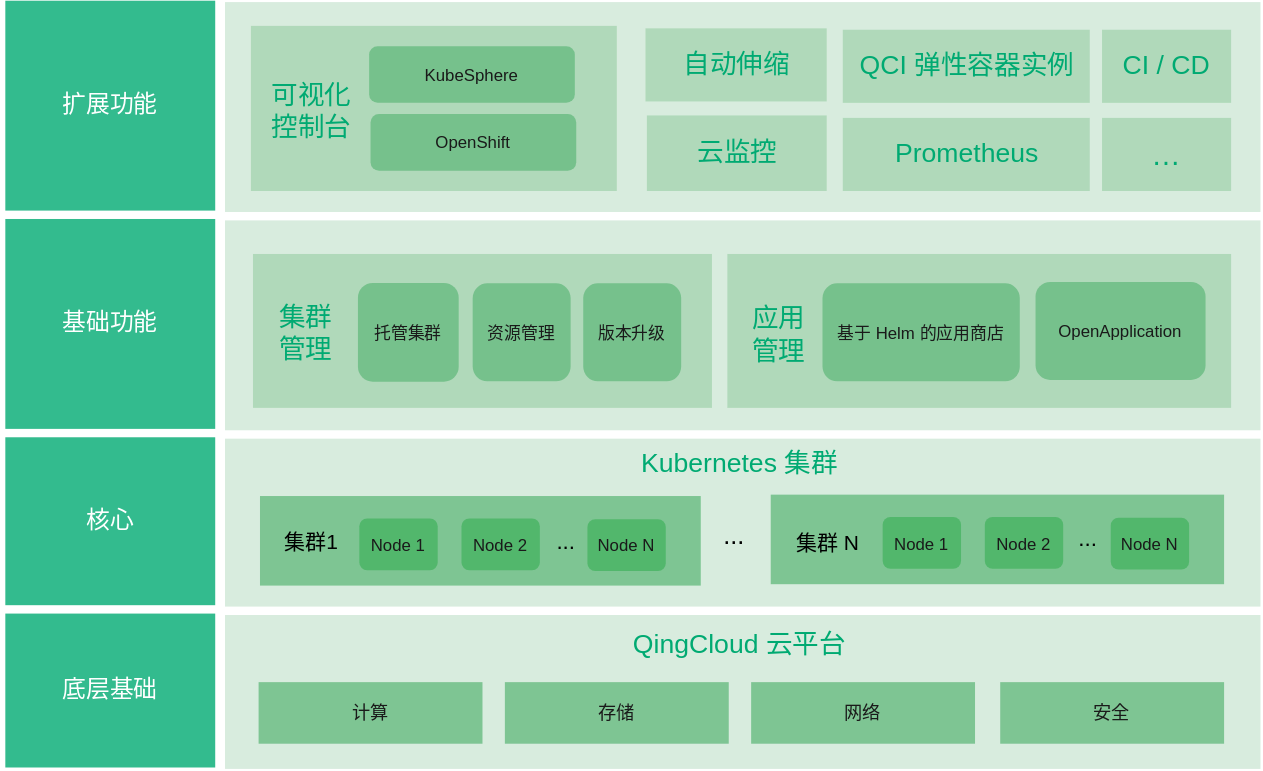
Above: content/container/qke_plus/_images/qke_structure.svg in yunify/qingcloud-docs (draw.io), before the change. Source tidied: cells renumbered, new cells last; positions are measured from the earlier drawing's top-left corner, leaving out a move shared by most shapes. The source it was exported from:
```xml
<mxGraphModel background="#ffffff">
  <root>
    <mxCell id="0" />
    <mxCell id="1" parent="0" />
    <mxCell id="2" style="group;" parent="1" vertex="1">
      <mxGeometry width="900" height="549" as="geometry" />
    </mxCell>
    <mxCell id="3" value="&lt;font style=&quot;font-size: 17px&quot;&gt;底层基础&lt;/font&gt;" style="text;html=1;strokeColor=none;fillColor=#00AA72;align=center;verticalAlign=middle;whiteSpace=wrap;rounded=0;dashed=1;fontSize=13;fontColor=#ffffff;opacity=80;" parent="2" vertex="1">
      <mxGeometry x="3" y="438" width="150" height="110" as="geometry" />
    </mxCell>
    <mxCell id="4" value="&lt;font style=&quot;font-size: 17px&quot;&gt;核心&lt;/font&gt;" style="text;html=1;strokeColor=none;fillColor=#00AA72;align=center;verticalAlign=middle;whiteSpace=wrap;rounded=0;dashed=1;fontSize=13;fontColor=#ffffff;opacity=80;" parent="2" vertex="1">
      <mxGeometry x="3" y="312" width="150" height="120" as="geometry" />
    </mxCell>
    <mxCell id="5" value="&lt;font style=&quot;font-size: 17px&quot;&gt;扩展功能&lt;/font&gt;" style="text;html=1;strokeColor=none;fillColor=#00AA72;align=center;verticalAlign=middle;whiteSpace=wrap;rounded=0;dashed=1;fontSize=13;fontColor=#ffffff;opacity=80;" parent="2" vertex="1">
      <mxGeometry x="3" width="150" height="150" as="geometry" />
    </mxCell>
    <mxCell id="6" style="group;" parent="2" vertex="1">
      <mxGeometry x="160" y="439" width="740" height="110" as="geometry" />
    </mxCell>
    <mxCell id="7" style="rounded=0;whiteSpace=wrap;html=1;fillColor=#D8ECDE;strokeColor=none;strokeWidth=2;" parent="6" vertex="1">
      <mxGeometry width="740" height="110" as="geometry" />
    </mxCell>
    <mxCell id="8" value="&lt;font color=&quot;#1a1a1a&quot;&gt;计算&lt;/font&gt;" style="text;html=1;strokeColor=none;fillColor=#68BC81;align=center;verticalAlign=middle;whiteSpace=wrap;rounded=0;dashed=1;fontSize=13;fontColor=#ffffff;opacity=80;" parent="6" vertex="1">
      <mxGeometry x="24" y="48" width="160" height="44" as="geometry" />
    </mxCell>
    <mxCell id="9" value="&lt;font color=&quot;#1a1a1a&quot;&gt;存储&lt;/font&gt;" style="text;html=1;strokeColor=none;fillColor=#68BC81;align=center;verticalAlign=middle;whiteSpace=wrap;rounded=0;dashed=1;fontSize=13;fontColor=#ffffff;opacity=80;" parent="6" vertex="1">
      <mxGeometry x="200" y="48" width="160" height="44" as="geometry" />
    </mxCell>
    <mxCell id="10" value="&lt;font color=&quot;#1a1a1a&quot;&gt;网络&lt;/font&gt;" style="text;html=1;strokeColor=none;fillColor=#68BC81;align=center;verticalAlign=middle;whiteSpace=wrap;rounded=0;dashed=1;fontSize=13;fontColor=#ffffff;opacity=80;" parent="6" vertex="1">
      <mxGeometry x="376" y="48" width="160" height="44" as="geometry" />
    </mxCell>
    <mxCell id="11" value="&lt;font color=&quot;#1a1a1a&quot;&gt;安全&lt;/font&gt;" style="text;html=1;strokeColor=none;fillColor=#68BC81;align=center;verticalAlign=middle;whiteSpace=wrap;rounded=0;dashed=1;fontSize=13;fontColor=#ffffff;opacity=80;" parent="6" vertex="1">
      <mxGeometry x="554" y="48" width="160" height="44" as="geometry" />
    </mxCell>
    <mxCell id="12" value="&lt;div style=&quot;font-size: 19px;&quot;&gt;QingCloud 云平台&lt;/div&gt;" style="text;html=1;strokeColor=none;fillColor=none;align=center;verticalAlign=middle;whiteSpace=wrap;rounded=0;fontColor=#00AA72;opacity=80;strokeWidth=6;fontSize=19;" parent="6" vertex="1">
      <mxGeometry x="270.2" y="7" width="196" height="30" as="geometry" />
    </mxCell>
    <mxCell id="13" style="group;" parent="2" vertex="1">
      <mxGeometry x="160" y="313" width="740" height="120" as="geometry" />
    </mxCell>
    <mxCell id="14" style="rounded=0;whiteSpace=wrap;html=1;fillColor=#D8ECDE;strokeColor=none;strokeWidth=2;" parent="13" vertex="1">
      <mxGeometry width="740" height="120" as="geometry" />
    </mxCell>
    <mxCell id="15" value="&lt;div style=&quot;font-size: 19px;&quot;&gt;Kubernetes 集群&lt;/div&gt;" style="text;html=1;strokeColor=none;fillColor=none;align=center;verticalAlign=middle;whiteSpace=wrap;rounded=0;fontColor=#00AA72;opacity=80;strokeWidth=6;fontSize=19;" parent="13" vertex="1">
      <mxGeometry x="270.2" y="3" width="196" height="30" as="geometry" />
    </mxCell>
    <mxCell id="16" style="text;html=1;strokeColor=none;fillColor=#68BC81;align=center;verticalAlign=middle;whiteSpace=wrap;rounded=0;dashed=1;fontSize=13;fontColor=#ffffff;opacity=80;" parent="13" vertex="1">
      <mxGeometry x="25" y="41" width="315" height="64" as="geometry" />
    </mxCell>
    <mxCell id="17" value="..." style="text;html=1;strokeColor=none;fillColor=none;align=center;verticalAlign=middle;whiteSpace=wrap;rounded=0;dashed=1;fontSize=16;" parent="13" vertex="1">
      <mxGeometry x="217" y="57.5" width="54" height="30" as="geometry" />
    </mxCell>
    <mxCell id="18" value="&lt;font color=&quot;#1a1a1a&quot; style=&quot;font-size: 12px&quot;&gt;Node 1&lt;/font&gt;" style="text;html=1;strokeColor=none;fillColor=#41B25C;align=center;verticalAlign=middle;whiteSpace=wrap;rounded=1;dashed=1;fontSize=13;fontColor=#ffffff;opacity=70;" parent="13" vertex="1">
      <mxGeometry x="96" y="57" width="56" height="37" as="geometry" />
    </mxCell>
    <mxCell id="19" value="&lt;font style=&quot;font-size: 15px&quot;&gt;集群1&lt;/font&gt;" style="text;html=1;strokeColor=none;fillColor=none;align=center;verticalAlign=middle;whiteSpace=wrap;rounded=0;dashed=1;fontSize=13;" parent="13" vertex="1">
      <mxGeometry x="19" y="58" width="86" height="30" as="geometry" />
    </mxCell>
    <mxCell id="20" value="&lt;font color=&quot;#1a1a1a&quot; style=&quot;font-size: 12px&quot;&gt;Node 2&lt;/font&gt;" style="text;html=1;strokeColor=none;fillColor=#41B25C;align=center;verticalAlign=middle;whiteSpace=wrap;rounded=1;dashed=1;fontSize=13;fontColor=#ffffff;opacity=70;" parent="13" vertex="1">
      <mxGeometry x="169" y="57" width="56" height="37" as="geometry" />
    </mxCell>
    <mxCell id="21" value="&lt;font color=&quot;#1a1a1a&quot; style=&quot;font-size: 12px&quot;&gt;Node N&lt;/font&gt;" style="text;html=1;strokeColor=none;fillColor=#41B25C;align=center;verticalAlign=middle;whiteSpace=wrap;rounded=1;dashed=1;fontSize=13;fontColor=#ffffff;opacity=70;" parent="13" vertex="1">
      <mxGeometry x="259" y="57.5" width="56" height="37" as="geometry" />
    </mxCell>
    <mxCell id="22" style="text;html=1;strokeColor=none;fillColor=#68BC81;align=center;verticalAlign=middle;whiteSpace=wrap;rounded=0;dashed=1;fontSize=13;fontColor=#ffffff;opacity=80;" parent="13" vertex="1">
      <mxGeometry x="390" y="40" width="324" height="64" as="geometry" />
    </mxCell>
    <mxCell id="23" value="&lt;font color=&quot;#1a1a1a&quot; style=&quot;font-size: 12px&quot;&gt;Node 1&lt;/font&gt;" style="text;html=1;strokeColor=none;fillColor=#41B25C;align=center;verticalAlign=middle;whiteSpace=wrap;rounded=1;dashed=1;fontSize=13;fontColor=#ffffff;opacity=70;" parent="13" vertex="1">
      <mxGeometry x="470" y="56" width="56" height="37" as="geometry" />
    </mxCell>
    <mxCell id="24" value="&lt;font style=&quot;font-size: 15px&quot;&gt;集群 N&lt;/font&gt;" style="text;html=1;strokeColor=none;fillColor=none;align=center;verticalAlign=middle;whiteSpace=wrap;rounded=0;dashed=1;fontSize=13;" parent="13" vertex="1">
      <mxGeometry x="388" y="59" width="86" height="30" as="geometry" />
    </mxCell>
    <mxCell id="25" value="&lt;font color=&quot;#1a1a1a&quot; style=&quot;font-size: 12px&quot;&gt;Node 2&lt;/font&gt;" style="text;html=1;strokeColor=none;fillColor=#41B25C;align=center;verticalAlign=middle;whiteSpace=wrap;rounded=1;dashed=1;fontSize=13;fontColor=#ffffff;opacity=70;" parent="13" vertex="1">
      <mxGeometry x="543" y="56" width="56" height="37" as="geometry" />
    </mxCell>
    <mxCell id="26" value="&lt;font color=&quot;#1a1a1a&quot; style=&quot;font-size: 12px&quot;&gt;Node N&lt;/font&gt;" style="text;html=1;strokeColor=none;fillColor=#41B25C;align=center;verticalAlign=middle;whiteSpace=wrap;rounded=1;dashed=1;fontSize=13;fontColor=#ffffff;opacity=70;" parent="13" vertex="1">
      <mxGeometry x="633" y="56.5" width="56" height="37" as="geometry" />
    </mxCell>
    <mxCell id="27" value="..." style="text;html=1;strokeColor=none;fillColor=none;align=center;verticalAlign=middle;whiteSpace=wrap;rounded=0;dashed=1;fontSize=16;" parent="13" vertex="1">
      <mxGeometry x="590" y="56" width="54" height="30" as="geometry" />
    </mxCell>
    <mxCell id="28" value="..." style="text;html=1;strokeColor=none;fillColor=none;align=center;verticalAlign=middle;whiteSpace=wrap;rounded=0;dashed=1;fontSize=18;" parent="13" vertex="1">
      <mxGeometry x="337" y="55" width="54" height="30" as="geometry" />
    </mxCell>
    <mxCell id="29" style="group;" parent="2" vertex="1">
      <mxGeometry x="160" y="157" width="740" height="150" as="geometry" />
    </mxCell>
    <mxCell id="30" style="rounded=0;whiteSpace=wrap;html=1;fillColor=#D8ECDE;strokeColor=none;strokeWidth=2;" parent="29" vertex="1">
      <mxGeometry width="740" height="150" as="geometry" />
    </mxCell>
    <mxCell id="31" style="text;html=1;strokeColor=none;fillColor=#89C898;align=center;verticalAlign=middle;whiteSpace=wrap;rounded=0;dashed=1;fontSize=13;fontColor=#ffffff;opacity=50;" parent="29" vertex="1">
      <mxGeometry x="20" y="24" width="328" height="110" as="geometry" />
    </mxCell>
    <mxCell id="32" value="&lt;div style=&quot;font-size: 19px;&quot;&gt;集群管理&lt;/div&gt;" style="text;html=1;strokeColor=none;fillColor=none;align=center;verticalAlign=middle;whiteSpace=wrap;rounded=0;fontColor=#00AA72;opacity=80;strokeWidth=6;fontSize=19;" parent="29" vertex="1">
      <mxGeometry x="33" y="66" width="50" height="30" as="geometry" />
    </mxCell>
    <mxCell id="33" value="&lt;font color=&quot;#1a1a1a&quot; style=&quot;font-size: 12px&quot;&gt;资源管理&lt;/font&gt;" style="text;html=1;strokeColor=none;fillColor=#68BC81;align=center;verticalAlign=middle;whiteSpace=wrap;rounded=1;dashed=1;fontSize=13;fontColor=#ffffff;opacity=80;" parent="29" vertex="1">
      <mxGeometry x="177" y="45" width="70" height="70" as="geometry" />
    </mxCell>
    <mxCell id="34" value="&lt;font color=&quot;#1a1a1a&quot;&gt;&lt;span style=&quot;font-size: 12px&quot;&gt;托管集群&lt;/span&gt;&lt;/font&gt;" style="text;html=1;strokeColor=none;fillColor=#68BC81;align=center;verticalAlign=middle;whiteSpace=wrap;rounded=1;dashed=1;fontSize=13;fontColor=#ffffff;opacity=80;" parent="29" vertex="1">
      <mxGeometry x="95" y="44.8" width="72" height="70.5" as="geometry" />
    </mxCell>
    <mxCell id="35" value="&lt;font color=&quot;#1a1a1a&quot; style=&quot;font-size: 12px&quot;&gt;版本升级&lt;/font&gt;" style="text;html=1;strokeColor=none;fillColor=#68BC81;align=center;verticalAlign=middle;whiteSpace=wrap;rounded=1;dashed=1;fontSize=13;fontColor=#ffffff;opacity=80;" parent="29" vertex="1">
      <mxGeometry x="256" y="45" width="70" height="70" as="geometry" />
    </mxCell>
    <mxCell id="36" style="text;html=1;strokeColor=none;fillColor=#89C898;align=center;verticalAlign=middle;whiteSpace=wrap;rounded=0;dashed=1;fontSize=13;fontColor=#ffffff;opacity=50;" parent="29" vertex="1">
      <mxGeometry x="359" y="24" width="360" height="110" as="geometry" />
    </mxCell>
    <mxCell id="37" value="&lt;div style=&quot;font-size: 19px;&quot;&gt;应用管理&lt;/div&gt;" style="text;html=1;strokeColor=none;fillColor=none;align=center;verticalAlign=middle;whiteSpace=wrap;rounded=0;fontColor=#00AA72;opacity=80;strokeWidth=6;fontSize=19;" parent="29" vertex="1">
      <mxGeometry x="370.5" y="67" width="50" height="30" as="geometry" />
    </mxCell>
    <mxCell id="38" value="&lt;font color=&quot;#1a1a1a&quot;&gt;&lt;span style=&quot;font-size: 12px&quot;&gt;基于 Helm 的应用商店&lt;/span&gt;&lt;/font&gt;" style="text;html=1;strokeColor=none;fillColor=#68BC81;align=center;verticalAlign=middle;whiteSpace=wrap;rounded=1;dashed=1;fontSize=13;fontColor=#ffffff;opacity=80;" parent="29" vertex="1">
      <mxGeometry x="427" y="45" width="141" height="70" as="geometry" />
    </mxCell>
    <mxCell id="39" value="&lt;font color=&quot;#1a1a1a&quot; style=&quot;font-size: 12px&quot;&gt;OpenApplication&lt;/font&gt;" style="text;html=1;strokeColor=none;fillColor=#68BC81;align=center;verticalAlign=middle;whiteSpace=wrap;rounded=1;dashed=1;fontSize=13;fontColor=#ffffff;opacity=80;" parent="29" vertex="1">
      <mxGeometry x="579.2" y="44" width="121.5" height="70" as="geometry" />
    </mxCell>
    <mxCell id="40" style="group;" parent="2" vertex="1">
      <mxGeometry x="160" width="740" height="150" as="geometry" />
    </mxCell>
    <mxCell id="41" style="rounded=0;whiteSpace=wrap;html=1;fillColor=#D8ECDE;strokeColor=none;strokeWidth=2;" parent="40" vertex="1">
      <mxGeometry y="1" width="740" height="150" as="geometry" />
    </mxCell>
    <mxCell id="42" style="text;html=1;strokeColor=none;fillColor=#89C898;align=center;verticalAlign=middle;whiteSpace=wrap;rounded=0;dashed=1;fontSize=13;fontColor=#ffffff;opacity=50;" parent="40" vertex="1">
      <mxGeometry x="18.5" y="18" width="261.5" height="118" as="geometry" />
    </mxCell>
    <mxCell id="43" value="&lt;div style=&quot;font-size: 19px;&quot;&gt;可视化控制台&lt;/div&gt;" style="text;html=1;strokeColor=none;fillColor=none;align=center;verticalAlign=middle;whiteSpace=wrap;rounded=0;fontColor=#00AA72;opacity=80;strokeWidth=6;fontSize=19;" parent="40" vertex="1">
      <mxGeometry x="24" y="64" width="75.5" height="30" as="geometry" />
    </mxCell>
    <mxCell id="44" value="&lt;font color=&quot;#1a1a1a&quot;&gt;&lt;span style=&quot;font-size: 12px&quot;&gt;KubeSphere&lt;/span&gt;&lt;/font&gt;" style="text;html=1;strokeColor=none;fillColor=#68BC81;align=center;verticalAlign=middle;whiteSpace=wrap;rounded=1;dashed=1;fontSize=13;fontColor=#ffffff;opacity=80;" parent="40" vertex="1">
      <mxGeometry x="103" y="32.5" width="147" height="40.5" as="geometry" />
    </mxCell>
    <mxCell id="45" value="&lt;span style=&quot;color: rgb(26 , 26 , 26) ; font-size: 12px&quot;&gt;OpenShift&lt;/span&gt;" style="text;html=1;strokeColor=none;fillColor=#68BC81;align=center;verticalAlign=middle;whiteSpace=wrap;rounded=1;dashed=1;fontSize=13;fontColor=#ffffff;opacity=80;" parent="40" vertex="1">
      <mxGeometry x="104" y="81" width="147" height="40.5" as="geometry" />
    </mxCell>
    <mxCell id="46" value="&lt;font color=&quot;#00aa72&quot;&gt;&lt;span style=&quot;font-size: 19px&quot;&gt;自动伸缩&lt;/span&gt;&lt;/font&gt;" style="text;html=1;strokeColor=none;fillColor=#89C898;align=center;verticalAlign=middle;whiteSpace=wrap;rounded=0;dashed=1;fontSize=13;fontColor=#ffffff;opacity=50;" parent="40" vertex="1">
      <mxGeometry x="300.5" y="19.8" width="129.5" height="52.2" as="geometry" />
    </mxCell>
    <mxCell id="47" value="&lt;font color=&quot;#00aa72&quot;&gt;&lt;span style=&quot;font-size: 19px&quot;&gt;云监控&lt;/span&gt;&lt;/font&gt;" style="text;html=1;strokeColor=none;fillColor=#89C898;align=center;verticalAlign=middle;whiteSpace=wrap;rounded=0;dashed=1;fontSize=13;fontColor=#ffffff;opacity=50;" parent="40" vertex="1">
      <mxGeometry x="301.5" y="82" width="128.5" height="54" as="geometry" />
    </mxCell>
    <mxCell id="48" value="&lt;font color=&quot;#00aa72&quot;&gt;&lt;span style=&quot;font-size: 19px&quot;&gt;QCI 弹性容器实例&lt;/span&gt;&lt;/font&gt;" style="text;html=1;strokeColor=none;fillColor=#89C898;align=center;verticalAlign=middle;whiteSpace=wrap;rounded=0;dashed=1;fontSize=13;fontColor=#ffffff;opacity=50;" parent="40" vertex="1">
      <mxGeometry x="441.5" y="20.8" width="176.5" height="52.2" as="geometry" />
    </mxCell>
    <mxCell id="49" value="&lt;font color=&quot;#00aa72&quot;&gt;&lt;span style=&quot;font-size: 19px&quot;&gt;Prometheus&lt;/span&gt;&lt;/font&gt;" style="text;html=1;strokeColor=none;fillColor=#89C898;align=center;verticalAlign=middle;whiteSpace=wrap;rounded=0;dashed=1;fontSize=13;fontColor=#ffffff;opacity=50;" parent="40" vertex="1">
      <mxGeometry x="441.5" y="83.8" width="176.5" height="52.2" as="geometry" />
    </mxCell>
    <mxCell id="50" value="&lt;font color=&quot;#00aa72&quot;&gt;&lt;span style=&quot;font-size: 19px&quot;&gt;CI / CD&lt;/span&gt;&lt;/font&gt;" style="text;html=1;strokeColor=none;fillColor=#89C898;align=center;verticalAlign=middle;whiteSpace=wrap;rounded=0;dashed=1;fontSize=13;fontColor=#ffffff;opacity=50;" parent="40" vertex="1">
      <mxGeometry x="626.8" y="20.8" width="92.2" height="52.2" as="geometry" />
    </mxCell>
    <mxCell id="51" value="&lt;font color=&quot;#00aa72&quot; style=&quot;font-size: 21px;&quot;&gt;&lt;span style=&quot;font-size: 21px;&quot;&gt;…&lt;/span&gt;&lt;/font&gt;" style="text;html=1;strokeColor=none;fillColor=#89C898;align=center;verticalAlign=middle;whiteSpace=wrap;rounded=0;dashed=1;fontSize=21;fontColor=#ffffff;opacity=50;" parent="40" vertex="1">
      <mxGeometry x="626.8" y="83.8" width="92.2" height="52.2" as="geometry" />
    </mxCell>
    <mxCell id="52" value="&lt;font style=&quot;font-size: 17px&quot;&gt;基础功能&lt;/font&gt;" style="text;html=1;strokeColor=none;fillColor=#00AA72;align=center;verticalAlign=middle;whiteSpace=wrap;rounded=0;dashed=1;fontSize=13;fontColor=#ffffff;opacity=80;" parent="2" vertex="1">
      <mxGeometry x="3" y="156" width="150" height="150" as="geometry" />
    </mxCell>
  </root>
</mxGraphModel>
```
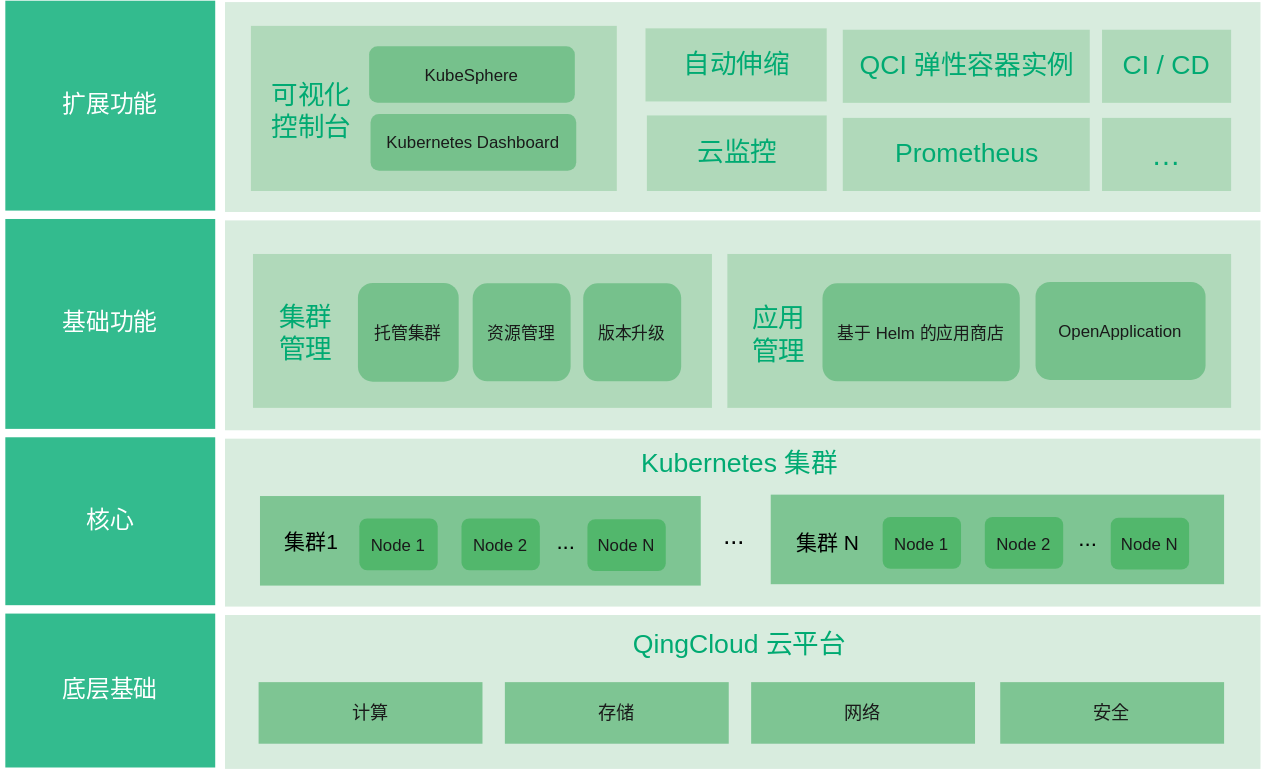
Above is the later version.

What changed in the source:
```diff
@@ -131,7 +131,7 @@
     <mxCell id="44" value="&lt;font color=&quot;#1a1a1a&quot;&gt;&lt;span style=&quot;font-size: 12px&quot;&gt;KubeSphere&lt;/span&gt;&lt;/font&gt;" style="text;html=1;strokeColor=none;fillColor=#68BC81;align=center;verticalAlign=middle;whiteSpace=wrap;rounded=1;dashed=1;fontSize=13;fontColor=#ffffff;opacity=80;" parent="40" vertex="1">
       <mxGeometry x="103" y="32.5" width="147" height="40.5" as="geometry" />
     </mxCell>
-    <mxCell id="45" value="&lt;span style=&quot;color: rgb(26 , 26 , 26) ; font-size: 12px&quot;&gt;OpenShift&lt;/span&gt;" style="text;html=1;strokeColor=none;fillColor=#68BC81;align=center;verticalAlign=middle;whiteSpace=wrap;rounded=1;dashed=1;fontSize=13;fontColor=#ffffff;opacity=80;" parent="40" vertex="1">
+    <mxCell id="45" value="&lt;font color=&quot;#1a1a1a&quot;&gt;&lt;span style=&quot;font-size: 12px&quot;&gt;Kubernetes Dashboard&lt;/span&gt;&lt;/font&gt;" style="text;html=1;strokeColor=none;fillColor=#68BC81;align=center;verticalAlign=middle;whiteSpace=wrap;rounded=1;dashed=1;fontSize=13;fontColor=#ffffff;opacity=80;" parent="40" vertex="1">
       <mxGeometry x="104" y="81" width="147" height="40.5" as="geometry" />
     </mxCell>
     <mxCell id="46" value="&lt;font color=&quot;#00aa72&quot;&gt;&lt;span style=&quot;font-size: 19px&quot;&gt;自动伸缩&lt;/span&gt;&lt;/font&gt;" style="text;html=1;strokeColor=none;fillColor=#89C898;align=center;verticalAlign=middle;whiteSpace=wrap;rounded=0;dashed=1;fontSize=13;fontColor=#ffffff;opacity=50;" parent="40" vertex="1">
```
